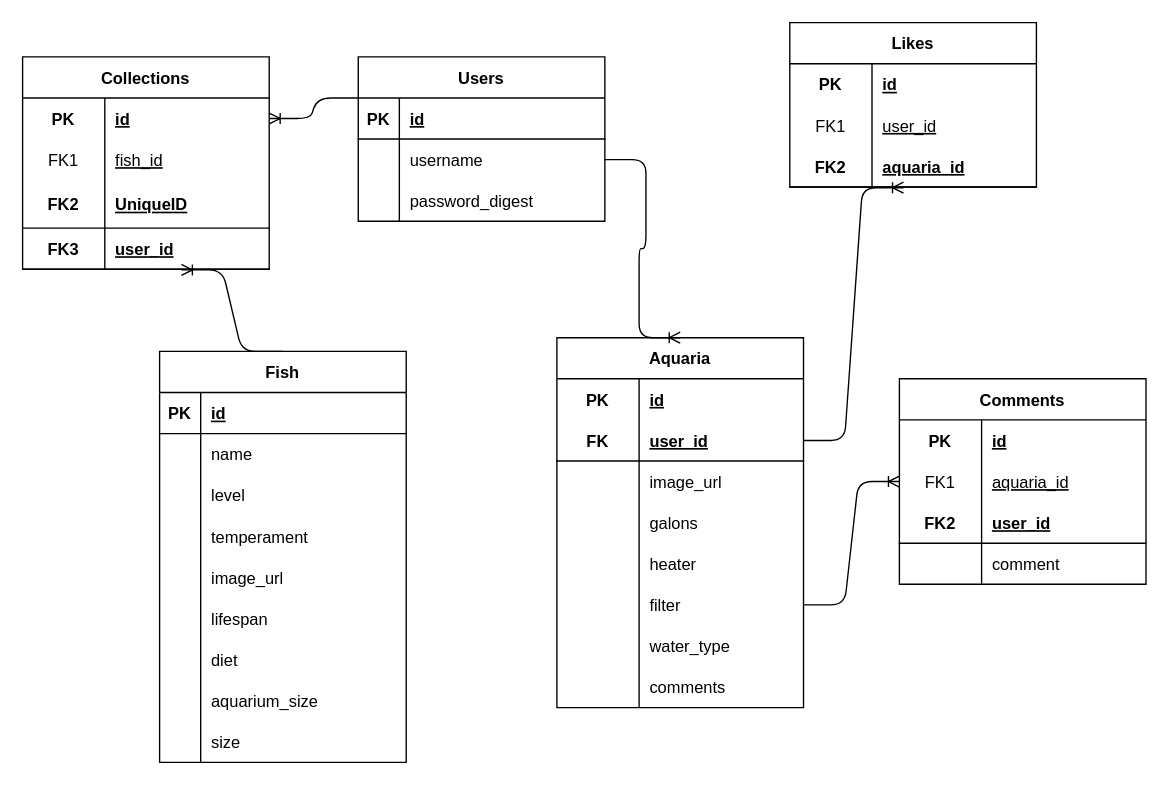
Above: ERD.drawio in LorenaCueva/FishBook (draw.io), before the change. Source tidied: cells renumbered, new cells numbered last; positions are measured from the earlier drawing's top-left corner, leaving out a move shared by most shapes. Both pictures are drawn from the tidied source at 137%, with x=0, y=0 at pixel (22, 22).
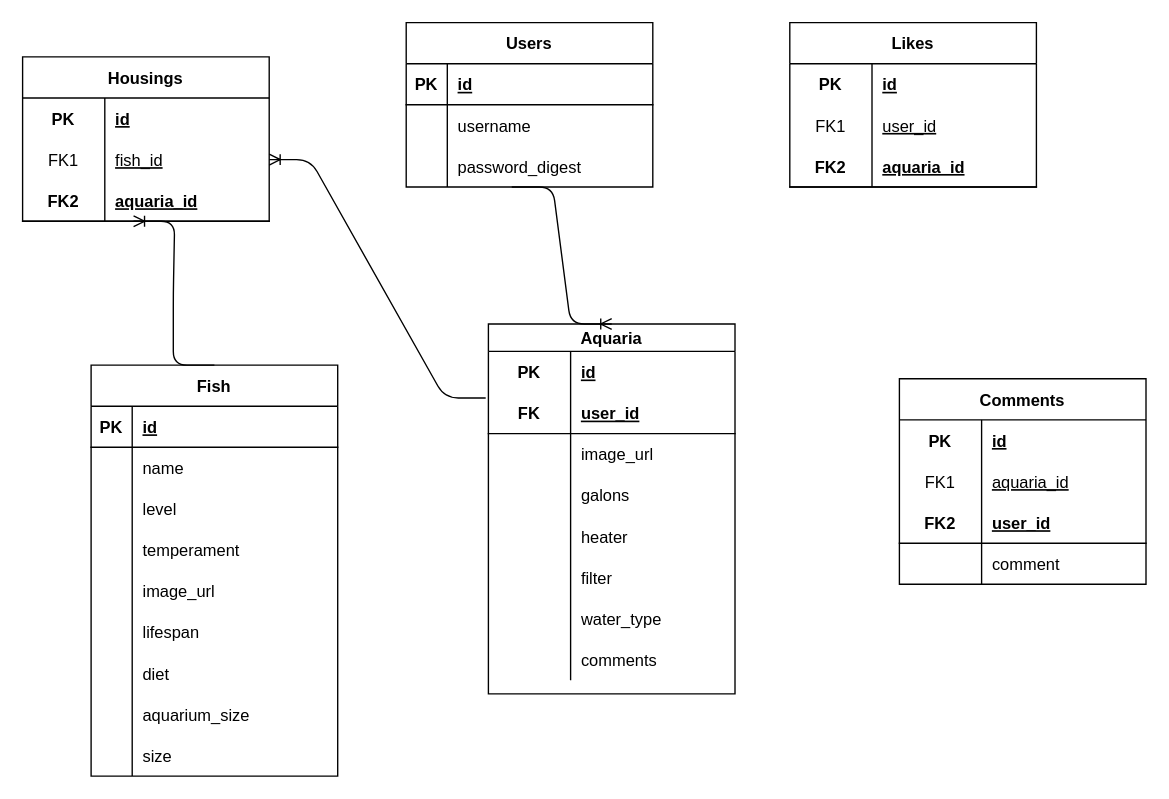
The same page after the edit.

Unchanged cells that the change refers to:
```xml
<mxCell id="6" style="shape=tableRow;horizontal=0;startSize=0;swimlaneHead=0;swimlaneBody=0;fillColor=none;points=[[0,0.5],[1,0.5]];portConstraint=eastwest;top=0;left=0;right=0;bottom=0;" parent="2" vertex="1">
  <mxGeometry y="60" width="180" height="30" as="geometry" />
</mxCell>
<mxCell id="9" style="shape=tableRow;horizontal=0;startSize=0;swimlaneHead=0;swimlaneBody=0;fillColor=none;points=[[0,0.5],[1,0.5]];portConstraint=eastwest;top=0;left=0;right=0;bottom=0;" parent="2" vertex="1">
  <mxGeometry y="90" width="180" height="30" as="geometry" />
</mxCell>
<mxCell id="67" style="shape=tableRow;horizontal=0;startSize=0;swimlaneHead=0;swimlaneBody=0;fillColor=none;points=[[0,0.5],[1,0.5]];portConstraint=eastwest;top=0;left=0;right=0;bottom=0;" parent="66" vertex="1">
  <mxGeometry y="30" width="180" height="30" as="geometry" />
</mxCell>
<mxCell id="70" style="shape=tableRow;horizontal=0;startSize=0;swimlaneHead=0;swimlaneBody=0;fillColor=none;points=[[0,0.5],[1,0.5]];portConstraint=eastwest;top=0;left=0;right=0;bottom=0;" parent="66" vertex="1">
  <mxGeometry y="60" width="180" height="30" as="geometry" />
</mxCell>
<mxCell id="88" style="shape=tableRow;horizontal=0;startSize=0;swimlaneHead=0;swimlaneBody=0;fillColor=none;points=[[0,0.5],[1,0.5]];portConstraint=eastwest;top=0;left=0;right=0;bottom=1;" parent="81" vertex="1">
  <mxGeometry y="90" width="180" height="30" as="geometry" />
</mxCell>
<mxCell id="96" style="shape=tableRow;horizontal=0;startSize=0;swimlaneHead=0;swimlaneBody=0;fillColor=none;points=[[0,0.5],[1,0.5]];portConstraint=eastwest;top=0;left=0;right=0;bottom=0;" parent="92" vertex="1">
  <mxGeometry y="60" width="180" height="30" as="geometry" />
</mxCell>
```

Diff of the diagram source:
```diff
@@
     <mxCell id="2" value="Users" style="shape=table;startSize=30;childLayout=tableLayout;rowLines=0;fontStyle=1;align=center;" parent="1" vertex="1">
-      <mxGeometry x="245" y="25" width="180" height="120" as="geometry" />
+      <mxGeometry x="280" width="180" height="120" as="geometry" />
     </mxCell>
@@
-    <mxCell id="12" value="Aquaria" style="shape=table;startSize=30;childLayout=tableLayout;rowLines=0;fontStyle=1;align=center;" parent="1" vertex="1">
-      <mxGeometry x="390" y="230" width="180" height="270" as="geometry" />
+    <mxCell id="12" value="Aquaria" style="shape=table;startSize=20;childLayout=tableLayout;rowLines=0;fontStyle=1;align=center;" parent="1" vertex="1">
+      <mxGeometry x="340" y="220" width="180" height="270" as="geometry" />
     </mxCell>
     <mxCell id="13" style="shape=tableRow;horizontal=0;startSize=0;swimlaneHead=0;swimlaneBody=0;fillColor=none;top=0;left=0;right=0;bottom=0;" parent="12" vertex="1">
-      <mxGeometry y="30" width="180" height="30" as="geometry" />
+      <mxGeometry y="20" width="180" height="30" as="geometry" />
     </mxCell>
@@
     <mxCell id="16" style="shape=tableRow;horizontal=0;startSize=0;swimlaneHead=0;swimlaneBody=0;fillColor=none;points=[[0,0.5],[1,0.5]];portConstraint=eastwest;top=0;left=0;right=0;bottom=1;" parent="12" vertex="1">
-      <mxGeometry y="60" width="180" height="30" as="geometry" />
+      <mxGeometry y="50" width="180" height="30" as="geometry" />
     </mxCell>
@@
     <mxCell id="19" style="shape=tableRow;horizontal=0;startSize=0;swimlaneHead=0;swimlaneBody=0;fillColor=none;top=0;left=0;right=0;bottom=0;" parent="12" vertex="1">
-      <mxGeometry y="90" width="180" height="30" as="geometry" />
+      <mxGeometry y="80" width="180" height="30" as="geometry" />
     </mxCell>
@@
     <mxCell id="22" style="shape=tableRow;horizontal=0;startSize=0;swimlaneHead=0;swimlaneBody=0;fillColor=none;top=0;left=0;right=0;bottom=0;" parent="12" vertex="1">
-      <mxGeometry y="120" width="180" height="30" as="geometry" />
+      <mxGeometry y="110" width="180" height="30" as="geometry" />
     </mxCell>
@@
     <mxCell id="25" style="shape=tableRow;horizontal=0;startSize=0;swimlaneHead=0;swimlaneBody=0;fillColor=none;top=0;left=0;right=0;bottom=0;" parent="12" vertex="1">
-      <mxGeometry y="150" width="180" height="30" as="geometry" />
+      <mxGeometry y="140" width="180" height="30" as="geometry" />
     </mxCell>
@@
     <mxCell id="28" style="shape=tableRow;horizontal=0;startSize=0;swimlaneHead=0;swimlaneBody=0;fillColor=none;points=[[0,0.5],[1,0.5]];portConstraint=eastwest;top=0;left=0;right=0;bottom=0;" parent="12" vertex="1">
-      <mxGeometry y="180" width="180" height="30" as="geometry" />
+      <mxGeometry y="170" width="180" height="30" as="geometry" />
     </mxCell>
@@
     <mxCell id="31" style="shape=tableRow;horizontal=0;startSize=0;swimlaneHead=0;swimlaneBody=0;fillColor=none;top=0;left=0;right=0;bottom=0;" parent="12" vertex="1">
-      <mxGeometry y="210" width="180" height="30" as="geometry" />
+      <mxGeometry y="200" width="180" height="30" as="geometry" />
     </mxCell>
@@
     <mxCell id="34" style="shape=tableRow;horizontal=0;startSize=0;swimlaneHead=0;swimlaneBody=0;fillColor=none;top=0;left=0;right=0;bottom=0;" parent="12" vertex="1">
-      <mxGeometry y="240" width="180" height="30" as="geometry" />
+      <mxGeometry y="230" width="180" height="30" as="geometry" />
     </mxCell>
@@
-    <mxCell id="37" style="edgeStyle=entityRelationEdgeStyle;fontSize=12;html=1;endArrow=ERoneToMany;entryX=0.5;entryY=0;entryDx=0;entryDy=0;exitX=1;exitY=0.5;exitDx=0;exitDy=0;" parent="1" edge="1" source="6" target="12">
+    <mxCell id="37" style="edgeStyle=entityRelationEdgeStyle;fontSize=12;html=1;endArrow=ERoneToMany;entryX=0.5;entryY=0;entryDx=0;entryDy=0;exitX=0.428;exitY=1;exitDx=0;exitDy=0;exitPerimeter=0;" parent="1" edge="1" source="9" target="12">
       <mxGeometry relative="1" as="geometry" />
     </mxCell>
     <mxCell id="38" value="Fish" style="shape=table;startSize=30;childLayout=tableLayout;rowLines=0;fontStyle=1;align=center;" parent="1" vertex="1">
-      <mxGeometry x="100" y="240" width="180" height="300" as="geometry" />
+      <mxGeometry x="50" y="250" width="180" height="300" as="geometry" />
     </mxCell>
@@
-    <mxCell id="66" value="Collections" style="shape=table;startSize=30;childLayout=tableLayout;rowLines=0;fontStyle=1;align=center;" parent="1" vertex="1">
-      <mxGeometry y="25" width="180" height="155" as="geometry" />
+    <mxCell id="66" value="Housings" style="shape=table;startSize=30;childLayout=tableLayout;rowLines=0;fontStyle=1;align=center;" parent="1" vertex="1">
+      <mxGeometry y="25" width="180" height="120" as="geometry" />
     </mxCell>
@@
-    <mxCell id="73" style="shape=tableRow;horizontal=0;startSize=0;swimlaneHead=0;swimlaneBody=0;fillColor=none;top=0;left=0;right=0;bottom=1;" parent="66" vertex="1">
-      <mxGeometry y="90" width="180" height="35" as="geometry" />
-    </mxCell>
-    <mxCell id="74" value="FK2" style="shape=partialRectangle;fillColor=none;top=0;left=0;bottom=0;right=0;fontStyle=1;overflow=hidden;" parent="73" vertex="1">
-      <mxGeometry width="60" height="35" as="geometry" />
-    </mxCell>
-    <mxCell id="75" value="UniqueID" style="shape=partialRectangle;fillColor=none;top=0;left=0;bottom=0;right=0;align=left;spacingLeft=6;fontStyle=5;overflow=hidden;" parent="73" vertex="1">
-      <mxGeometry x="60" width="120" height="35" as="geometry" />
-    </mxCell>
     <mxCell id="76" style="shape=tableRow;horizontal=0;startSize=0;swimlaneHead=0;swimlaneBody=0;fillColor=none;points=[[0,0.5],[1,0.5]];portConstraint=eastwest;top=0;left=0;right=0;bottom=1;" parent="66" vertex="1">
-      <mxGeometry y="125" width="180" height="30" as="geometry" />
+      <mxGeometry y="90" width="180" height="30" as="geometry" />
     </mxCell>
-    <mxCell id="77" value="FK3" style="shape=partialRectangle;fillColor=none;top=0;left=0;bottom=0;right=0;fontStyle=1;overflow=hidden;" parent="76" vertex="1">
+    <mxCell id="77" value="FK2" style="shape=partialRectangle;fillColor=none;top=0;left=0;bottom=0;right=0;fontStyle=1;overflow=hidden;" parent="76" vertex="1">
       <mxGeometry width="60" height="30" as="geometry" />
     </mxCell>
-    <mxCell id="78" value="user_id" style="shape=partialRectangle;fillColor=none;top=0;left=0;bottom=0;right=0;align=left;spacingLeft=6;fontStyle=5;overflow=hidden;" parent="76" vertex="1">
+    <mxCell id="78" value="aquaria_id" style="shape=partialRectangle;fillColor=none;top=0;left=0;bottom=0;right=0;align=left;spacingLeft=6;fontStyle=5;overflow=hidden;" parent="76" vertex="1">
       <mxGeometry x="60" width="120" height="30" as="geometry" />
     </mxCell>
-    <mxCell id="79" style="edgeStyle=entityRelationEdgeStyle;fontSize=12;html=1;endArrow=ERoneToMany;entryX=1;entryY=0.5;entryDx=0;entryDy=0;exitX=0;exitY=0.25;exitDx=0;exitDy=0;" parent="1" edge="1" source="2" target="67">
-      <mxGeometry relative="1" as="geometry" />
-    </mxCell>
-    <mxCell id="80" style="edgeStyle=entityRelationEdgeStyle;fontSize=12;html=1;endArrow=ERoneToMany;exitX=0.5;exitY=0;exitDx=0;exitDy=0;entryX=0.644;entryY=1.017;entryDx=0;entryDy=0;entryPerimeter=0;" parent="1" edge="1" source="38" target="76">
+    <mxCell id="80" style="edgeStyle=entityRelationEdgeStyle;fontSize=12;html=1;endArrow=ERoneToMany;exitX=0.5;exitY=0;exitDx=0;exitDy=0;entryX=0.45;entryY=1;entryDx=0;entryDy=0;entryPerimeter=0;" parent="1" edge="1" source="38" target="76">
       <mxGeometry relative="1" as="geometry" />
     </mxCell>
@@
-    <mxCell id="91" style="edgeStyle=entityRelationEdgeStyle;fontSize=12;html=1;endArrow=ERoneToMany;entryX=0.461;entryY=1.017;entryDx=0;entryDy=0;entryPerimeter=0;exitX=1;exitY=0.5;exitDx=0;exitDy=0;" parent="1" edge="1" source="16" target="88">
-      <mxGeometry relative="1" as="geometry" />
-    </mxCell>
@@
-    <mxCell id="105" style="edgeStyle=entityRelationEdgeStyle;fontSize=12;html=1;endArrow=ERoneToMany;exitX=1;exitY=0.5;exitDx=0;exitDy=0;entryX=0;entryY=0.5;entryDx=0;entryDy=0;" parent="1" edge="1" source="28" target="96">
-      <mxGeometry relative="1" as="geometry" />
-    </mxCell>
+    <mxCell id="106" style="edgeStyle=entityRelationEdgeStyle;fontSize=12;html=1;endArrow=ERoneToMany;entryX=1;entryY=0.5;entryDx=0;entryDy=0;exitX=-0.011;exitY=0.133;exitDx=0;exitDy=0;exitPerimeter=0;" parent="1" edge="1" source="16" target="70">
+      <mxGeometry relative="1" as="geometry" />
+    </mxCell>
```
